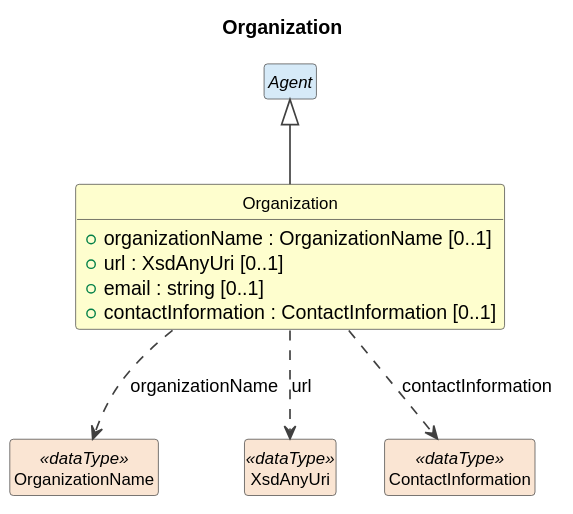
Cross-Domain-Interoperability-Framework/metadataBuildingBlocks keeps this PlantUML diagram as build/plantuml/cdifCore/Classes/Organization.svg. Above is the earlier version.
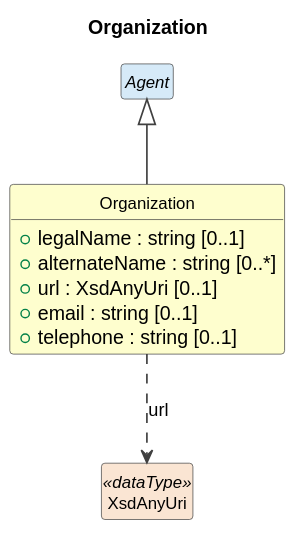
The same file after the commit.

The edit, as a diff of the source:
```diff
@@ -11,17 +11,14 @@
 }
 
 class "Organization" as Organization #FEFECE {
-  +organizationName : OrganizationName [0..1]
+  +legalName : string [0..1]
+  +alternateName : string [0..*]
   +url : XsdAnyUri [0..1]
   +email : string [0..1]
-  +contactInformation : ContactInformation [0..1]
+  +telephone : string [0..1]
 }
 abstract class "Agent" as Agent #D6EAF8
 Agent <|-- Organization
-class "OrganizationName" as OrganizationName <<dataType>> #FAE5D3
-Organization ..> OrganizationName : organizationName
 class "XsdAnyUri" as XsdAnyUri <<dataType>> #FAE5D3
 Organization ..> XsdAnyUri : url
-class "ContactInformation" as ContactInformation <<dataType>> #FAE5D3
-Organization ..> ContactInformation : contactInformation
 @enduml
```
